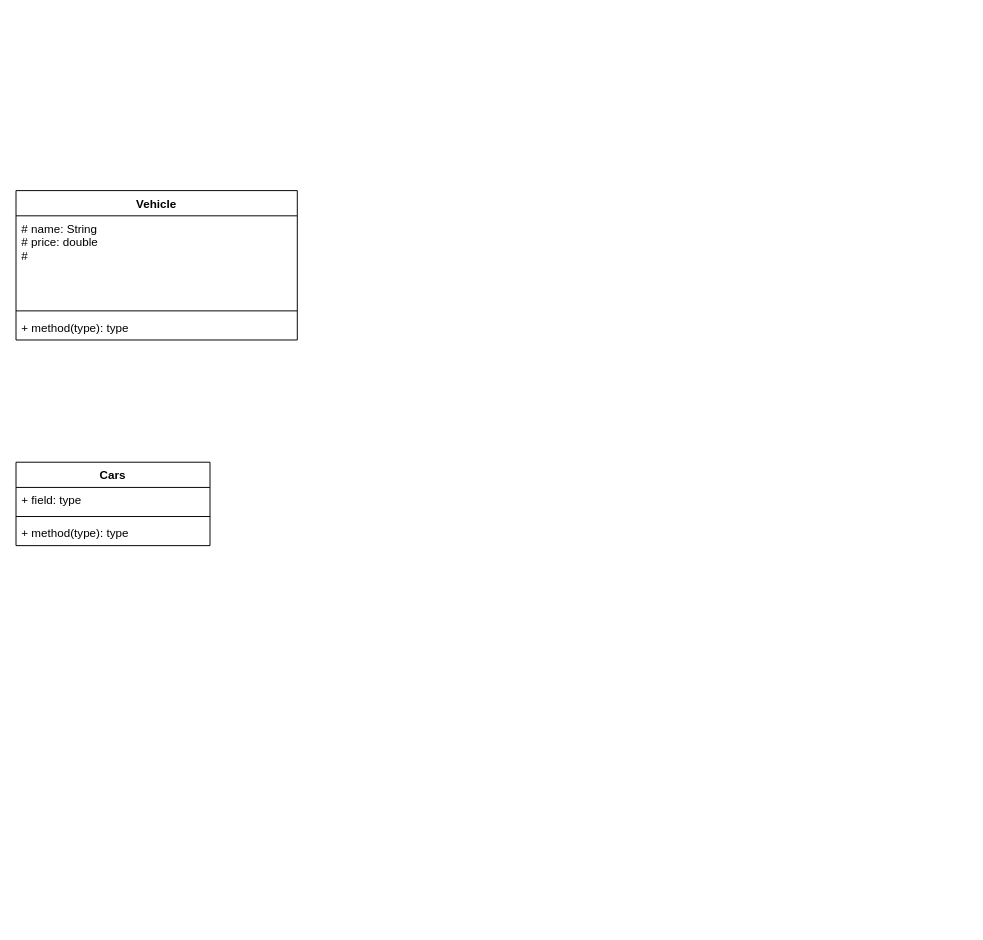
Before: UML/vehiclesellingportal.drawio in bariis/javaproject, a draw.io diagram. Source tidied: cells renumbered, new cells numbered last; positions are measured from the earlier drawing's top-left corner, leaving out a move shared by most shapes. Both pictures are drawn from the tidied source at 97%, with x=0, y=0 at pixel (16, 190).
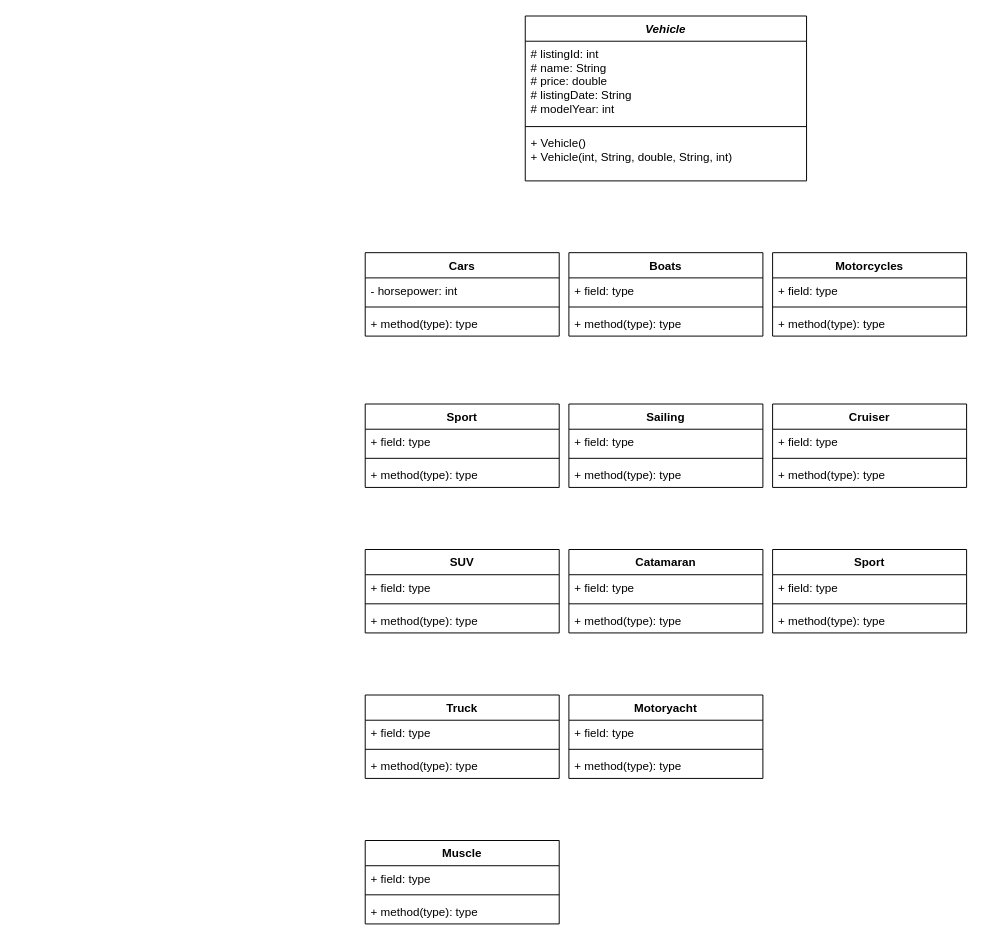
The same page after the edit.

Diff of the diagram source:
```diff
@@
-    <mxCell id="2" value="Vehicle" style="swimlane;fontStyle=1;align=center;verticalAlign=top;horizontal=1;startSize=26;" parent="1" vertex="1">
-      <mxGeometry width="290" height="154" as="geometry" />
+    <mxCell id="2" value="Vehicle" style="swimlane;fontStyle=3;align=center;verticalAlign=top;horizontal=1;startSize=26;" parent="1" vertex="1">
+      <mxGeometry x="525" y="-180" width="290" height="170" as="geometry" />
     </mxCell>
-    <mxCell id="3" value="# name: String&#10;# price: double&#10;# &#10;" style="text;strokeColor=none;fillColor=none;align=left;verticalAlign=top;spacingLeft=4;spacingRight=4;overflow=hidden;" parent="2" vertex="1">
-      <mxGeometry y="26" width="290" height="94" as="geometry" />
+    <mxCell id="3" value="# listingId: int&#10;# name: String&#10;# price: double&#10;# listingDate: String&#10;# modelYear: int&#10;" style="text;strokeColor=none;fillColor=none;align=left;verticalAlign=top;spacingLeft=4;spacingRight=4;overflow=hidden;" parent="2" vertex="1">
+      <mxGeometry y="26" width="290" height="84" as="geometry" />
     </mxCell>
     <mxCell id="4" style="line;strokeWidth=1;fillColor=none;align=left;verticalAlign=middle;spacingTop=-1;spacingLeft=3;spacingRight=3;labelPosition=right;" parent="2" vertex="1">
-      <mxGeometry y="120" width="290" height="8" as="geometry" />
+      <mxGeometry y="110" width="290" height="8" as="geometry" />
     </mxCell>
-    <mxCell id="5" value="+ method(type): type" style="text;strokeColor=none;fillColor=none;align=left;verticalAlign=top;spacingLeft=4;spacingRight=4;overflow=hidden;" parent="2" vertex="1">
-      <mxGeometry y="128" width="290" height="26" as="geometry" />
+    <mxCell id="5" value="+ Vehicle()&#10;+ Vehicle(int, String, double, String, int)" style="text;strokeColor=none;fillColor=none;align=left;verticalAlign=top;spacingLeft=4;spacingRight=4;overflow=hidden;" parent="2" vertex="1">
+      <mxGeometry y="118" width="290" height="52" as="geometry" />
     </mxCell>
     <mxCell id="6" value="Cars" style="swimlane;fontStyle=1;align=center;verticalAlign=top;horizontal=1;startSize=26;" parent="1" vertex="1">
-      <mxGeometry y="280" width="200" height="86" as="geometry" />
+      <mxGeometry x="360" y="64" width="200" height="86" as="geometry" />
     </mxCell>
-    <mxCell id="7" value="+ field: type" style="text;strokeColor=none;fillColor=none;align=left;verticalAlign=top;spacingLeft=4;spacingRight=4;overflow=hidden;" parent="6" vertex="1">
+    <mxCell id="7" value="- horsepower: int" style="text;strokeColor=none;fillColor=none;align=left;verticalAlign=top;spacingLeft=4;spacingRight=4;overflow=hidden;" parent="6" vertex="1">
       <mxGeometry y="26" width="200" height="26" as="geometry" />
     </mxCell>
@@
+    <mxCell id="10" value="Boats" style="swimlane;fontStyle=1;align=center;verticalAlign=top;horizontal=1;startSize=26;" parent="1" vertex="1">
+      <mxGeometry x="570" y="64" width="200" height="86" as="geometry" />
+    </mxCell>
+    <mxCell id="11" value="+ field: type" style="text;strokeColor=none;fillColor=none;align=left;verticalAlign=top;spacingLeft=4;spacingRight=4;overflow=hidden;" parent="10" vertex="1">
+      <mxGeometry y="26" width="200" height="26" as="geometry" />
+    </mxCell>
+    <mxCell id="12" style="line;strokeWidth=1;fillColor=none;align=left;verticalAlign=middle;spacingTop=-1;spacingLeft=3;spacingRight=3;labelPosition=right;" parent="10" vertex="1">
+      <mxGeometry y="52" width="200" height="8" as="geometry" />
+    </mxCell>
+    <mxCell id="13" value="+ method(type): type" style="text;strokeColor=none;fillColor=none;align=left;verticalAlign=top;spacingLeft=4;spacingRight=4;overflow=hidden;" parent="10" vertex="1">
+      <mxGeometry y="60" width="200" height="26" as="geometry" />
+    </mxCell>
+    <mxCell id="14" value="Motorcycles" style="swimlane;fontStyle=1;align=center;verticalAlign=top;horizontal=1;startSize=26;" parent="1" vertex="1">
+      <mxGeometry x="780" y="64" width="200" height="86" as="geometry" />
+    </mxCell>
+    <mxCell id="15" value="+ field: type" style="text;strokeColor=none;fillColor=none;align=left;verticalAlign=top;spacingLeft=4;spacingRight=4;overflow=hidden;" parent="14" vertex="1">
+      <mxGeometry y="26" width="200" height="26" as="geometry" />
+    </mxCell>
+    <mxCell id="16" style="line;strokeWidth=1;fillColor=none;align=left;verticalAlign=middle;spacingTop=-1;spacingLeft=3;spacingRight=3;labelPosition=right;" parent="14" vertex="1">
+      <mxGeometry y="52" width="200" height="8" as="geometry" />
+    </mxCell>
+    <mxCell id="17" value="+ method(type): type" style="text;strokeColor=none;fillColor=none;align=left;verticalAlign=top;spacingLeft=4;spacingRight=4;overflow=hidden;" parent="14" vertex="1">
+      <mxGeometry y="60" width="200" height="26" as="geometry" />
+    </mxCell>
+    <mxCell id="18" value="Sport" style="swimlane;fontStyle=1;align=center;verticalAlign=top;horizontal=1;startSize=26;" parent="1" vertex="1">
+      <mxGeometry x="360" y="220" width="200" height="86" as="geometry" />
+    </mxCell>
+    <mxCell id="19" value="+ field: type" style="text;strokeColor=none;fillColor=none;align=left;verticalAlign=top;spacingLeft=4;spacingRight=4;overflow=hidden;" parent="18" vertex="1">
+      <mxGeometry y="26" width="200" height="26" as="geometry" />
+    </mxCell>
+    <mxCell id="20" style="line;strokeWidth=1;fillColor=none;align=left;verticalAlign=middle;spacingTop=-1;spacingLeft=3;spacingRight=3;labelPosition=right;" parent="18" vertex="1">
+      <mxGeometry y="52" width="200" height="8" as="geometry" />
+    </mxCell>
+    <mxCell id="21" value="+ method(type): type" style="text;strokeColor=none;fillColor=none;align=left;verticalAlign=top;spacingLeft=4;spacingRight=4;overflow=hidden;" parent="18" vertex="1">
+      <mxGeometry y="60" width="200" height="26" as="geometry" />
+    </mxCell>
+    <mxCell id="22" value="SUV" style="swimlane;fontStyle=1;align=center;verticalAlign=top;horizontal=1;startSize=26;" parent="1" vertex="1">
+      <mxGeometry x="360" y="370" width="200" height="86" as="geometry" />
+    </mxCell>
+    <mxCell id="23" value="+ field: type" style="text;strokeColor=none;fillColor=none;align=left;verticalAlign=top;spacingLeft=4;spacingRight=4;overflow=hidden;" parent="22" vertex="1">
+      <mxGeometry y="26" width="200" height="26" as="geometry" />
+    </mxCell>
+    <mxCell id="24" style="line;strokeWidth=1;fillColor=none;align=left;verticalAlign=middle;spacingTop=-1;spacingLeft=3;spacingRight=3;labelPosition=right;" parent="22" vertex="1">
+      <mxGeometry y="52" width="200" height="8" as="geometry" />
+    </mxCell>
+    <mxCell id="25" value="+ method(type): type" style="text;strokeColor=none;fillColor=none;align=left;verticalAlign=top;spacingLeft=4;spacingRight=4;overflow=hidden;" parent="22" vertex="1">
+      <mxGeometry y="60" width="200" height="26" as="geometry" />
+    </mxCell>
+    <mxCell id="26" value="Truck" style="swimlane;fontStyle=1;align=center;verticalAlign=top;horizontal=1;startSize=26;" parent="1" vertex="1">
+      <mxGeometry x="360" y="520" width="200" height="86" as="geometry" />
+    </mxCell>
+    <mxCell id="27" value="+ field: type" style="text;strokeColor=none;fillColor=none;align=left;verticalAlign=top;spacingLeft=4;spacingRight=4;overflow=hidden;" parent="26" vertex="1">
+      <mxGeometry y="26" width="200" height="26" as="geometry" />
+    </mxCell>
+    <mxCell id="28" style="line;strokeWidth=1;fillColor=none;align=left;verticalAlign=middle;spacingTop=-1;spacingLeft=3;spacingRight=3;labelPosition=right;" parent="26" vertex="1">
+      <mxGeometry y="52" width="200" height="8" as="geometry" />
+    </mxCell>
+    <mxCell id="29" value="+ method(type): type" style="text;strokeColor=none;fillColor=none;align=left;verticalAlign=top;spacingLeft=4;spacingRight=4;overflow=hidden;" parent="26" vertex="1">
+      <mxGeometry y="60" width="200" height="26" as="geometry" />
+    </mxCell>
+    <mxCell id="30" value="Muscle" style="swimlane;fontStyle=1;align=center;verticalAlign=top;horizontal=1;startSize=26;" parent="1" vertex="1">
+      <mxGeometry x="360" y="670" width="200" height="86" as="geometry" />
+    </mxCell>
+    <mxCell id="31" value="+ field: type" style="text;strokeColor=none;fillColor=none;align=left;verticalAlign=top;spacingLeft=4;spacingRight=4;overflow=hidden;" parent="30" vertex="1">
+      <mxGeometry y="26" width="200" height="26" as="geometry" />
+    </mxCell>
+    <mxCell id="32" style="line;strokeWidth=1;fillColor=none;align=left;verticalAlign=middle;spacingTop=-1;spacingLeft=3;spacingRight=3;labelPosition=right;" parent="30" vertex="1">
+      <mxGeometry y="52" width="200" height="8" as="geometry" />
+    </mxCell>
+    <mxCell id="33" value="+ method(type): type" style="text;strokeColor=none;fillColor=none;align=left;verticalAlign=top;spacingLeft=4;spacingRight=4;overflow=hidden;" parent="30" vertex="1">
+      <mxGeometry y="60" width="200" height="26" as="geometry" />
+    </mxCell>
+    <mxCell id="34" value="Sailing" style="swimlane;fontStyle=1;align=center;verticalAlign=top;horizontal=1;startSize=26;" parent="1" vertex="1">
+      <mxGeometry x="570" y="220" width="200" height="86" as="geometry" />
+    </mxCell>
+    <mxCell id="35" value="+ field: type" style="text;strokeColor=none;fillColor=none;align=left;verticalAlign=top;spacingLeft=4;spacingRight=4;overflow=hidden;" parent="34" vertex="1">
+      <mxGeometry y="26" width="200" height="26" as="geometry" />
+    </mxCell>
+    <mxCell id="36" style="line;strokeWidth=1;fillColor=none;align=left;verticalAlign=middle;spacingTop=-1;spacingLeft=3;spacingRight=3;labelPosition=right;" parent="34" vertex="1">
+      <mxGeometry y="52" width="200" height="8" as="geometry" />
+    </mxCell>
+    <mxCell id="37" value="+ method(type): type" style="text;strokeColor=none;fillColor=none;align=left;verticalAlign=top;spacingLeft=4;spacingRight=4;overflow=hidden;" parent="34" vertex="1">
+      <mxGeometry y="60" width="200" height="26" as="geometry" />
+    </mxCell>
+    <mxCell id="38" value="Catamaran" style="swimlane;fontStyle=1;align=center;verticalAlign=top;horizontal=1;startSize=26;" parent="1" vertex="1">
+      <mxGeometry x="570" y="370" width="200" height="86" as="geometry" />
+    </mxCell>
+    <mxCell id="39" value="+ field: type" style="text;strokeColor=none;fillColor=none;align=left;verticalAlign=top;spacingLeft=4;spacingRight=4;overflow=hidden;" parent="38" vertex="1">
+      <mxGeometry y="26" width="200" height="26" as="geometry" />
+    </mxCell>
+    <mxCell id="40" style="line;strokeWidth=1;fillColor=none;align=left;verticalAlign=middle;spacingTop=-1;spacingLeft=3;spacingRight=3;labelPosition=right;" parent="38" vertex="1">
+      <mxGeometry y="52" width="200" height="8" as="geometry" />
+    </mxCell>
+    <mxCell id="41" value="+ method(type): type" style="text;strokeColor=none;fillColor=none;align=left;verticalAlign=top;spacingLeft=4;spacingRight=4;overflow=hidden;" parent="38" vertex="1">
+      <mxGeometry y="60" width="200" height="26" as="geometry" />
+    </mxCell>
+    <mxCell id="42" value="Motoryacht" style="swimlane;fontStyle=1;align=center;verticalAlign=top;horizontal=1;startSize=26;" parent="1" vertex="1">
+      <mxGeometry x="570" y="520" width="200" height="86" as="geometry" />
+    </mxCell>
+    <mxCell id="43" value="+ field: type" style="text;strokeColor=none;fillColor=none;align=left;verticalAlign=top;spacingLeft=4;spacingRight=4;overflow=hidden;" parent="42" vertex="1">
+      <mxGeometry y="26" width="200" height="26" as="geometry" />
+    </mxCell>
+    <mxCell id="44" style="line;strokeWidth=1;fillColor=none;align=left;verticalAlign=middle;spacingTop=-1;spacingLeft=3;spacingRight=3;labelPosition=right;" parent="42" vertex="1">
+      <mxGeometry y="52" width="200" height="8" as="geometry" />
+    </mxCell>
+    <mxCell id="45" value="+ method(type): type" style="text;strokeColor=none;fillColor=none;align=left;verticalAlign=top;spacingLeft=4;spacingRight=4;overflow=hidden;" parent="42" vertex="1">
+      <mxGeometry y="60" width="200" height="26" as="geometry" />
+    </mxCell>
+    <mxCell id="46" value="Cruiser" style="swimlane;fontStyle=1;align=center;verticalAlign=top;horizontal=1;startSize=26;" parent="1" vertex="1">
+      <mxGeometry x="780" y="220" width="200" height="86" as="geometry" />
+    </mxCell>
+    <mxCell id="47" value="+ field: type" style="text;strokeColor=none;fillColor=none;align=left;verticalAlign=top;spacingLeft=4;spacingRight=4;overflow=hidden;" parent="46" vertex="1">
+      <mxGeometry y="26" width="200" height="26" as="geometry" />
+    </mxCell>
+    <mxCell id="48" style="line;strokeWidth=1;fillColor=none;align=left;verticalAlign=middle;spacingTop=-1;spacingLeft=3;spacingRight=3;labelPosition=right;" parent="46" vertex="1">
+      <mxGeometry y="52" width="200" height="8" as="geometry" />
+    </mxCell>
+    <mxCell id="49" value="+ method(type): type" style="text;strokeColor=none;fillColor=none;align=left;verticalAlign=top;spacingLeft=4;spacingRight=4;overflow=hidden;" parent="46" vertex="1">
+      <mxGeometry y="60" width="200" height="26" as="geometry" />
+    </mxCell>
+    <mxCell id="50" value="Sport" style="swimlane;fontStyle=1;align=center;verticalAlign=top;horizontal=1;startSize=26;" parent="1" vertex="1">
+      <mxGeometry x="780" y="370" width="200" height="86" as="geometry" />
+    </mxCell>
+    <mxCell id="51" value="+ field: type" style="text;strokeColor=none;fillColor=none;align=left;verticalAlign=top;spacingLeft=4;spacingRight=4;overflow=hidden;" parent="50" vertex="1">
+      <mxGeometry y="26" width="200" height="26" as="geometry" />
+    </mxCell>
+    <mxCell id="52" style="line;strokeWidth=1;fillColor=none;align=left;verticalAlign=middle;spacingTop=-1;spacingLeft=3;spacingRight=3;labelPosition=right;" parent="50" vertex="1">
+      <mxGeometry y="52" width="200" height="8" as="geometry" />
+    </mxCell>
+    <mxCell id="53" value="+ method(type): type" style="text;strokeColor=none;fillColor=none;align=left;verticalAlign=top;spacingLeft=4;spacingRight=4;overflow=hidden;" parent="50" vertex="1">
+      <mxGeometry y="60" width="200" height="26" as="geometry" />
+    </mxCell>
```
